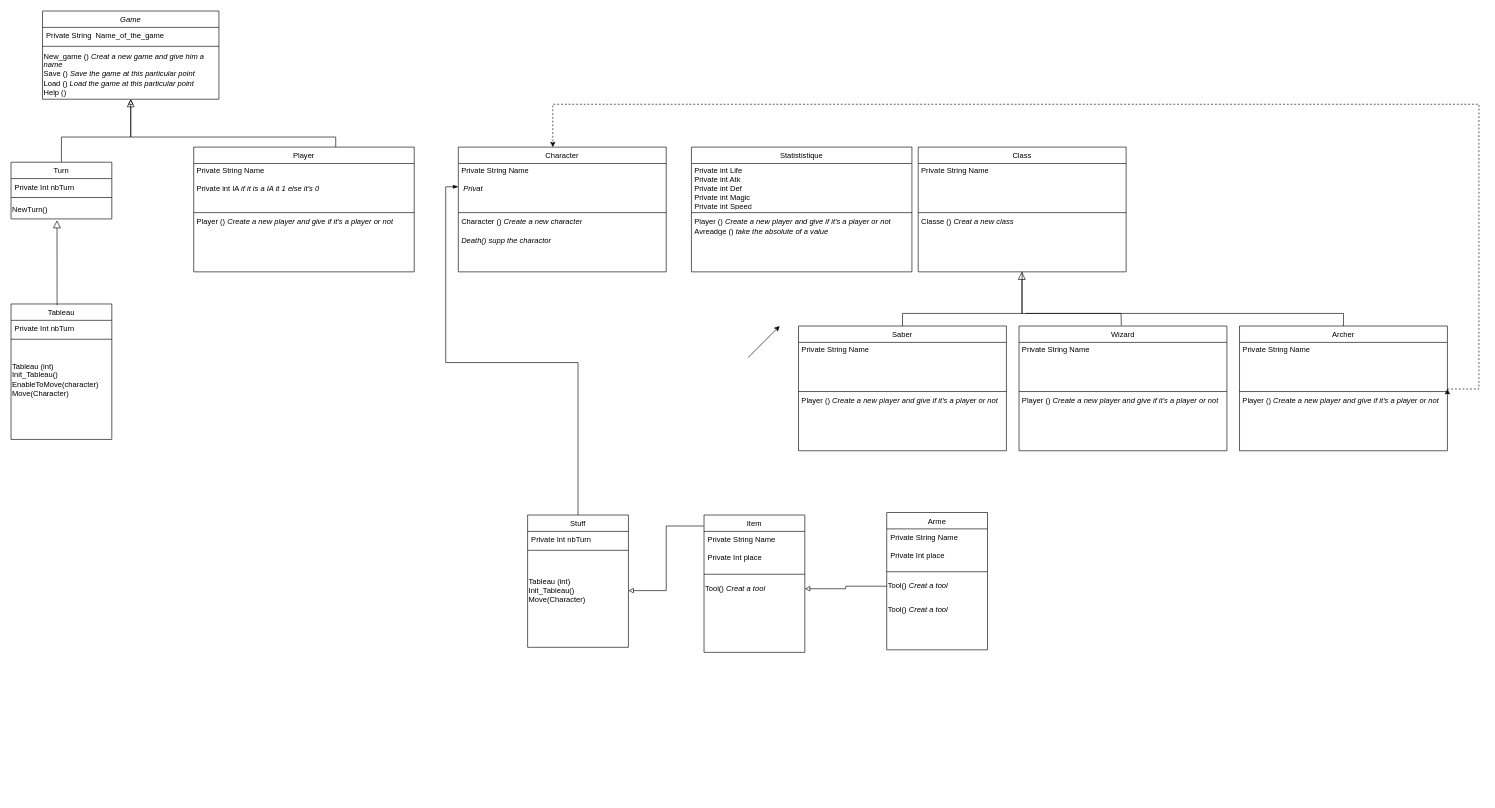
Above: Software/Puzzel_part/Diagramme sans nom.drawio in Robaur/FE_like_V2 (draw.io), before the change. Source tidied: cells renumbered, new cells numbered last; positions are measured from the earlier drawing's top-left corner, leaving out a move shared by most shapes. Both pictures are drawn from the tidied source at 63%, with x=0, y=0 at pixel (11, 11).
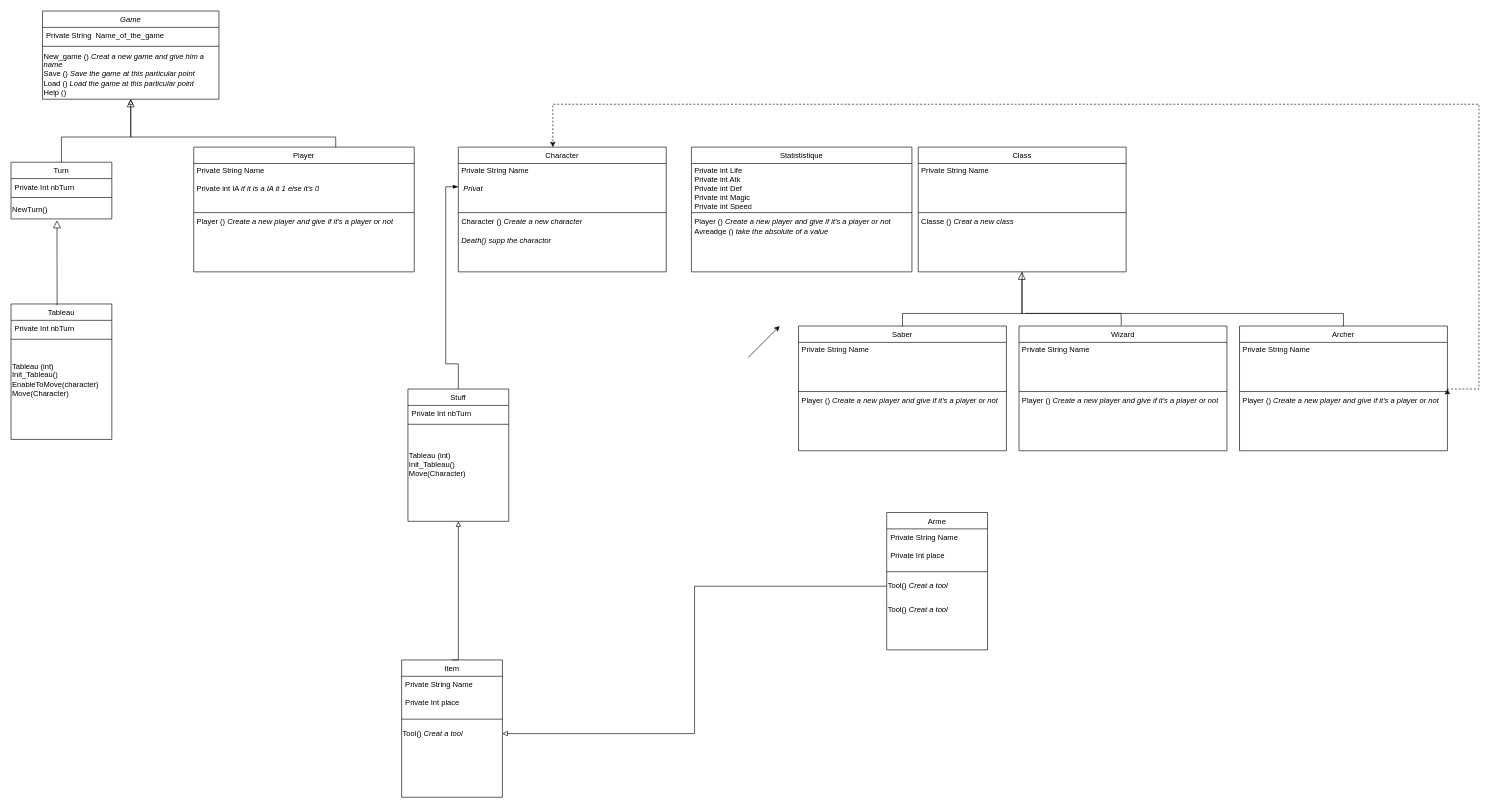
After the change.

Commit message:
mise a jours

The change refers to these unchanged cells:
```xml
<mxCell id="17" value="&lt;div&gt;&lt;br&gt;&lt;/div&gt;&lt;div&gt;Private String Name&lt;/div&gt;&lt;div&gt;&lt;br&gt;&lt;/div&gt;&amp;nbsp;&lt;i&gt;Privat &lt;br&gt;&lt;/i&gt;" style="text;html=1;strokeColor=none;fillColor=none;spacing=5;spacingTop=-20;whiteSpace=wrap;overflow=hidden;rounded=0;" parent="16" vertex="1">
  <mxGeometry y="26" width="330" height="74" as="geometry" />
</mxCell>
<mxCell id="54" value="&lt;div&gt;Tableau (int)&lt;/div&gt;&lt;div&gt;Init_Tableau()&lt;/div&gt;&lt;div&gt;Move(Character)&lt;br&gt;&lt;/div&gt;" style="text;strokeColor=none;align=left;fillColor=none;html=1;verticalAlign=middle;whiteSpace=wrap;rounded=0;" parent="51" vertex="1">
  <mxGeometry y="60" width="160" height="120" as="geometry" />
</mxCell>
```

What changed in the source:
```diff
@@
     <mxCell id="50" style="edgeStyle=orthogonalEdgeStyle;rounded=0;jettySize=auto;html=1;endArrow=blockThin;endFill=1;entryX=0;entryY=0.5;entryDx=0;entryDy=0;" parent="1" edge="1" source="51" target="17">
-      <mxGeometry relative="1" as="geometry" />
+      <mxGeometry relative="1" as="geometry">
+        <Array as="points">
+          <mxPoint x="710" y="560" />
+          <mxPoint x="690" y="560" />
+          <mxPoint x="690" y="279" />
+        </Array>
+      </mxGeometry>
     </mxCell>
     <mxCell id="51" value="Stuff" style="swimlane;fontStyle=0;align=center;verticalAlign=top;horizontal=1;startSize=26;rounded=0;shadow=0;strokeWidth=1;" parent="1" vertex="1">
-      <mxGeometry x="820" y="800" width="160" height="210" as="geometry" />
+      <mxGeometry x="630" y="600" width="160" height="210" as="geometry" />
     </mxCell>
@@
     <mxCell id="55" value="Item" style="swimlane;fontStyle=0;align=center;verticalAlign=top;horizontal=1;startSize=26;rounded=0;shadow=0;strokeWidth=1;" parent="1" vertex="1">
-      <mxGeometry x="1100" y="800" width="160" height="218" as="geometry" />
+      <mxGeometry x="620" y="1030" width="160" height="218" as="geometry" />
     </mxCell>
@@
-    <mxCell id="59" style="edgeStyle=orthogonalEdgeStyle;rounded=0;jettySize=auto;html=1;endArrow=block;endFill=0;exitX=-0.003;exitY=0.08;exitDx=0;exitDy=0;exitPerimeter=0;" parent="1" edge="1" source="55" target="54">
-      <mxGeometry relative="1" as="geometry" />
+    <mxCell id="59" style="edgeStyle=orthogonalEdgeStyle;rounded=0;jettySize=auto;html=1;endArrow=block;endFill=0;exitX=0.5;exitY=0;exitDx=0;exitDy=0;entryX=0.5;entryY=1;entryDx=0;entryDy=0;" parent="1" edge="1" source="55" target="51">
+      <mxGeometry relative="1" as="geometry">
+        <Array as="points">
+          <mxPoint x="710" y="1030" />
+        </Array>
+      </mxGeometry>
     </mxCell>
```
